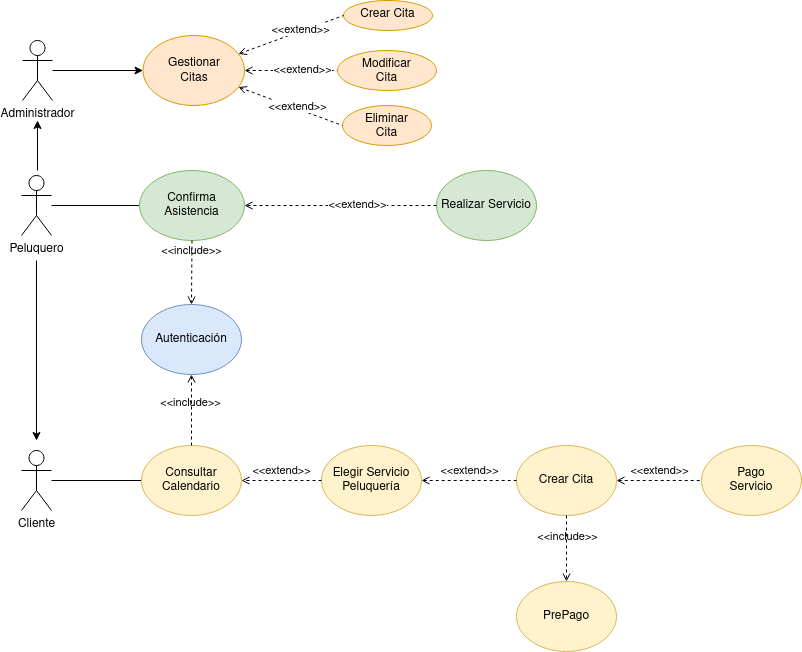
The draw.io diagram doc/Casos de uso/EN-CasosUso.drawio.png in colidom/proyecto-ets, before a commit. Source tidied: cells renumbered, new cells last; positions are measured from the earlier drawing's top-left corner, leaving out a move shared by most shapes.
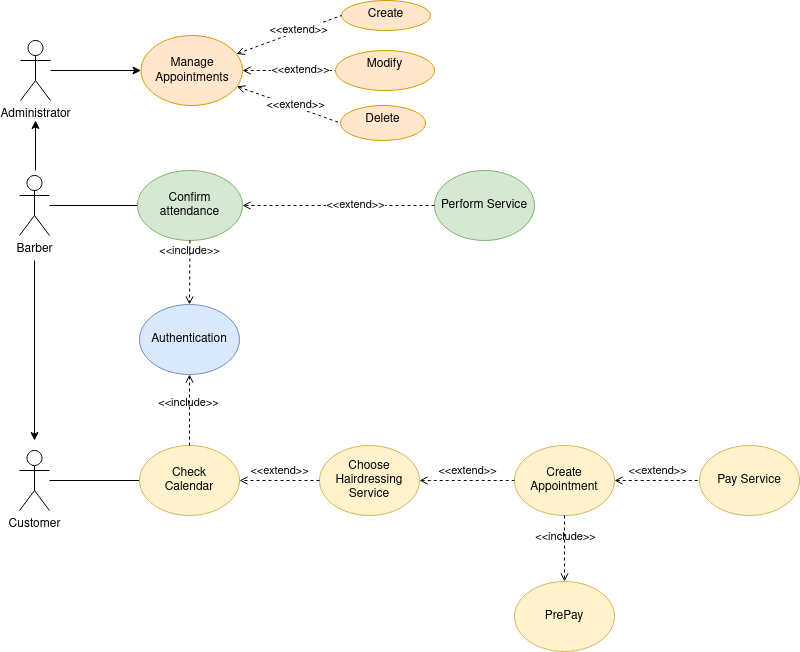
The same diagram one commit later.

What changed in the source:
```diff
@@ -5,22 +5,22 @@
     <mxCell id="2" style="rounded=0;jettySize=auto;html=1;endArrow=none;endFill=0;entryX=0;entryY=0.5;entryDx=0;entryDy=0;" parent="1" edge="1" source="3" target="5">
       <mxGeometry relative="1" as="geometry" />
     </mxCell>
-    <mxCell id="3" value="Cliente" style="shape=umlActor;verticalLabelPosition=bottom;verticalAlign=top;html=1;outlineConnect=0;" parent="1" vertex="1">
+    <mxCell id="3" value="Customer" style="shape=umlActor;verticalLabelPosition=bottom;verticalAlign=top;html=1;outlineConnect=0;" parent="1" vertex="1">
       <mxGeometry y="450" width="30" height="60" as="geometry" />
     </mxCell>
-    <mxCell id="4" value="Autenticación" style="ellipse;whiteSpace=wrap;html=1;fillColor=#dae8fc;strokeColor=#6c8ebf;" parent="1" vertex="1">
+    <mxCell id="4" value="Authentication" style="ellipse;whiteSpace=wrap;html=1;fillColor=#dae8fc;strokeColor=#6c8ebf;" parent="1" vertex="1">
       <mxGeometry x="120" y="304" width="100" height="70" as="geometry" />
     </mxCell>
-    <mxCell id="5" value="&lt;div&gt;Consultar&lt;/div&gt;&lt;div&gt;Calendario&lt;br&gt;&lt;/div&gt;" style="ellipse;whiteSpace=wrap;html=1;fillColor=#fff2cc;strokeColor=#d6b656;" parent="1" vertex="1">
+    <mxCell id="5" value="&lt;div&gt;Check &lt;br&gt;&lt;/div&gt;&lt;div&gt;Calendar&lt;br&gt;&lt;/div&gt;" style="ellipse;whiteSpace=wrap;html=1;fillColor=#fff2cc;strokeColor=#d6b656;" parent="1" vertex="1">
       <mxGeometry x="120" y="445" width="100" height="70" as="geometry" />
     </mxCell>
-    <mxCell id="6" value="Elegir Servicio Peluquería" style="ellipse;whiteSpace=wrap;html=1;fillColor=#fff2cc;strokeColor=#d6b656;" parent="1" vertex="1">
+    <mxCell id="6" value="Choose Hairdressing Service" style="ellipse;whiteSpace=wrap;html=1;fillColor=#fff2cc;strokeColor=#d6b656;" parent="1" vertex="1">
       <mxGeometry x="300" y="445" width="100" height="70" as="geometry" />
     </mxCell>
-    <mxCell id="7" value="Crear Cita" style="ellipse;whiteSpace=wrap;html=1;fillColor=#fff2cc;strokeColor=#d6b656;" parent="1" vertex="1">
+    <mxCell id="7" value="Create Appointment" style="ellipse;whiteSpace=wrap;html=1;fillColor=#fff2cc;strokeColor=#d6b656;" parent="1" vertex="1">
       <mxGeometry x="495" y="445" width="100" height="70" as="geometry" />
     </mxCell>
-    <mxCell id="8" value="PrePago" style="ellipse;whiteSpace=wrap;html=1;fillColor=#fff2cc;strokeColor=#d6b656;" parent="1" vertex="1">
+    <mxCell id="8" value="PrePay" style="ellipse;whiteSpace=wrap;html=1;fillColor=#fff2cc;strokeColor=#d6b656;" parent="1" vertex="1">
       <mxGeometry x="495" y="581" width="100" height="70" as="geometry" />
     </mxCell>
     <mxCell id="9" value="&amp;lt;&amp;lt;include&amp;gt;&amp;gt;" style="html=1;verticalAlign=bottom;labelBackgroundColor=none;endArrow=open;endFill=0;dashed=1;rounded=0;entryX=0.5;entryY=1;entryDx=0;entryDy=0;exitX=0.5;exitY=0;exitDx=0;exitDy=0;" parent="1" edge="1" source="5" target="4">
@@ -35,13 +35,13 @@
     <mxCell id="12" value="&amp;lt;&amp;lt;include&amp;gt;&amp;gt;" style="html=1;verticalAlign=bottom;labelBackgroundColor=none;endArrow=open;endFill=0;dashed=1;rounded=0;exitX=0.5;exitY=1;exitDx=0;exitDy=0;entryX=0.5;entryY=0;entryDx=0;entryDy=0;" parent="1" edge="1" source="7" target="8">
       <mxGeometry x="-0.06" y="1" relative="1" as="geometry" />
     </mxCell>
-    <mxCell id="13" value="Realizar Servicio" style="ellipse;whiteSpace=wrap;html=1;fillColor=#d5e8d4;strokeColor=#82b366;" parent="1" vertex="1">
+    <mxCell id="13" value="Perform Service" style="ellipse;whiteSpace=wrap;html=1;fillColor=#d5e8d4;strokeColor=#82b366;" parent="1" vertex="1">
       <mxGeometry x="415" y="170" width="100" height="70" as="geometry" />
     </mxCell>
     <mxCell id="14" value="&amp;lt;&amp;lt;extend&amp;gt;&amp;gt;" style="html=1;verticalAlign=bottom;labelBackgroundColor=none;endArrow=none;endFill=0;dashed=1;rounded=0;startArrow=open;startFill=0;exitX=1;exitY=0.5;exitDx=0;exitDy=0;entryX=0;entryY=0.5;entryDx=0;entryDy=0;" parent="1" edge="1" source="7" target="15">
       <mxGeometry relative="1" as="geometry" />
     </mxCell>
-    <mxCell id="15" value="&lt;div&gt;Pago&lt;br&gt;&lt;/div&gt;&lt;div&gt;Servicio&lt;/div&gt;" style="ellipse;whiteSpace=wrap;html=1;fillColor=#fff2cc;strokeColor=#d6b656;" parent="1" vertex="1">
+    <mxCell id="15" value="Pay Service" style="ellipse;whiteSpace=wrap;html=1;fillColor=#fff2cc;strokeColor=#d6b656;" parent="1" vertex="1">
       <mxGeometry x="680" y="445" width="100" height="70" as="geometry" />
     </mxCell>
     <mxCell id="16" style="edgeStyle=orthogonalEdgeStyle;rounded=0;orthogonalLoop=1;jettySize=auto;html=1;" parent="1" edge="1">
@@ -50,7 +50,7 @@
         <mxPoint x="15" y="440" as="targetPoint" />
       </mxGeometry>
     </mxCell>
-    <mxCell id="17" value="Peluquero" style="shape=umlActor;verticalLabelPosition=bottom;verticalAlign=top;html=1;outlineConnect=0;" parent="1" vertex="1">
+    <mxCell id="17" value="Barber" style="shape=umlActor;verticalLabelPosition=bottom;verticalAlign=top;html=1;outlineConnect=0;" parent="1" vertex="1">
       <mxGeometry y="175" width="30" height="60" as="geometry" />
     </mxCell>
     <mxCell id="18" style="rounded=0;jettySize=auto;html=1;endArrow=none;endFill=0;entryX=0;entryY=0.5;entryDx=0;entryDy=0;" parent="1" edge="1" source="17" target="21">
@@ -64,7 +64,7 @@
         <mxPoint x="34" y="-5" as="offset" />
       </mxGeometry>
     </mxCell>
-    <mxCell id="21" value="Confirma Asistencia" style="ellipse;whiteSpace=wrap;html=1;fillColor=#d5e8d4;strokeColor=#82b366;" parent="1" vertex="1">
+    <mxCell id="21" value="Confirm attendance" style="ellipse;whiteSpace=wrap;html=1;fillColor=#d5e8d4;strokeColor=#82b366;" parent="1" vertex="1">
       <mxGeometry x="118" y="170" width="105" height="70" as="geometry" />
     </mxCell>
     <mxCell id="22" value="&amp;lt;&amp;lt;include&amp;gt;&amp;gt;" style="html=1;verticalAlign=bottom;labelBackgroundColor=none;endArrow=open;endFill=0;dashed=1;rounded=0;exitX=0.5;exitY=1;exitDx=0;exitDy=0;entryX=0.5;entryY=0;entryDx=0;entryDy=0;" parent="1" edge="1" source="21" target="4">
@@ -73,7 +73,7 @@
     <mxCell id="23" style="edgeStyle=orthogonalEdgeStyle;rounded=0;jettySize=auto;html=1;" parent="1" edge="1" source="24" target="27">
       <mxGeometry relative="1" as="geometry" />
     </mxCell>
-    <mxCell id="24" value="Administrador" style="shape=umlActor;verticalLabelPosition=bottom;verticalAlign=top;html=1;outlineConnect=0;" parent="1" vertex="1">
+    <mxCell id="24" value="Administrator" style="shape=umlActor;verticalLabelPosition=bottom;verticalAlign=top;html=1;outlineConnect=0;" parent="1" vertex="1">
       <mxGeometry x="1" y="40" width="30" height="60" as="geometry" />
     </mxCell>
     <mxCell id="25" style="rounded=0;jettySize=auto;html=1;dashed=1;endArrow=none;endFill=0;startArrow=open;startFill=0;entryX=0;entryY=0.5;entryDx=0;entryDy=0;" parent="1" edge="1" source="27" target="29">
@@ -82,17 +82,17 @@
     <mxCell id="26" value="&amp;lt;&amp;lt;extend&amp;gt;&amp;gt;" style="edgeLabel;html=1;align=center;verticalAlign=middle;" parent="25" vertex="1">
       <mxGeometry x="0.23" y="2" relative="1" as="geometry" />
     </mxCell>
-    <mxCell id="27" value="&lt;div&gt;&lt;br&gt;&lt;/div&gt;&lt;div&gt;Gestionar&lt;/div&gt;&lt;div&gt;Citas&lt;br&gt;&lt;/div&gt;" style="ellipse;whiteSpace=wrap;html=1;verticalAlign=top;fillColor=#ffe6cc;strokeColor=#d79b00;" parent="1" vertex="1">
+    <mxCell id="27" value="&lt;div&gt;&lt;br&gt;&lt;/div&gt;&lt;div&gt;Manage&lt;/div&gt;Appointments" style="ellipse;whiteSpace=wrap;html=1;verticalAlign=top;fillColor=#ffe6cc;strokeColor=#d79b00;" parent="1" vertex="1">
       <mxGeometry x="121.5" y="35" width="101.5" height="70" as="geometry" />
     </mxCell>
-    <mxCell id="28" value="Crear Cita" style="ellipse;whiteSpace=wrap;html=1;verticalAlign=top;fillColor=#ffe6cc;strokeColor=#d79b00;" parent="1" vertex="1">
+    <mxCell id="28" value="Create" style="ellipse;whiteSpace=wrap;html=1;verticalAlign=top;fillColor=#ffe6cc;strokeColor=#d79b00;" parent="1" vertex="1">
       <mxGeometry x="322" width="89" height="30" as="geometry" />
     </mxCell>
-    <mxCell id="29" value="&lt;div&gt;Modificar &lt;br&gt;&lt;/div&gt;&lt;div&gt;Cita&lt;/div&gt;" style="ellipse;whiteSpace=wrap;html=1;verticalAlign=top;fillColor=#ffe6cc;strokeColor=#d79b00;" parent="1" vertex="1">
+    <mxCell id="29" value="Modify" style="ellipse;whiteSpace=wrap;html=1;verticalAlign=top;fillColor=#ffe6cc;strokeColor=#d79b00;" parent="1" vertex="1">
       <mxGeometry x="316" y="50" width="99" height="40" as="geometry" />
     </mxCell>
-    <mxCell id="30" value="Eliminar&lt;div&gt;Cita&lt;br&gt;&lt;/div&gt;" style="ellipse;whiteSpace=wrap;html=1;verticalAlign=top;fillColor=#ffe6cc;strokeColor=#d79b00;" parent="1" vertex="1">
-      <mxGeometry x="321" y="105" width="89" height="40" as="geometry" />
+    <mxCell id="30" value="Delete" style="ellipse;whiteSpace=wrap;html=1;verticalAlign=top;fillColor=#ffe6cc;strokeColor=#d79b00;" parent="1" vertex="1">
+      <mxGeometry x="321" y="105" width="85" height="35" as="geometry" />
     </mxCell>
     <mxCell id="31" style="rounded=0;jettySize=auto;html=1;dashed=1;endArrow=none;endFill=0;startArrow=open;startFill=0;entryX=0;entryY=0.5;entryDx=0;entryDy=0;" parent="1" edge="1" source="27" target="28">
       <mxGeometry relative="1" as="geometry" />
```
